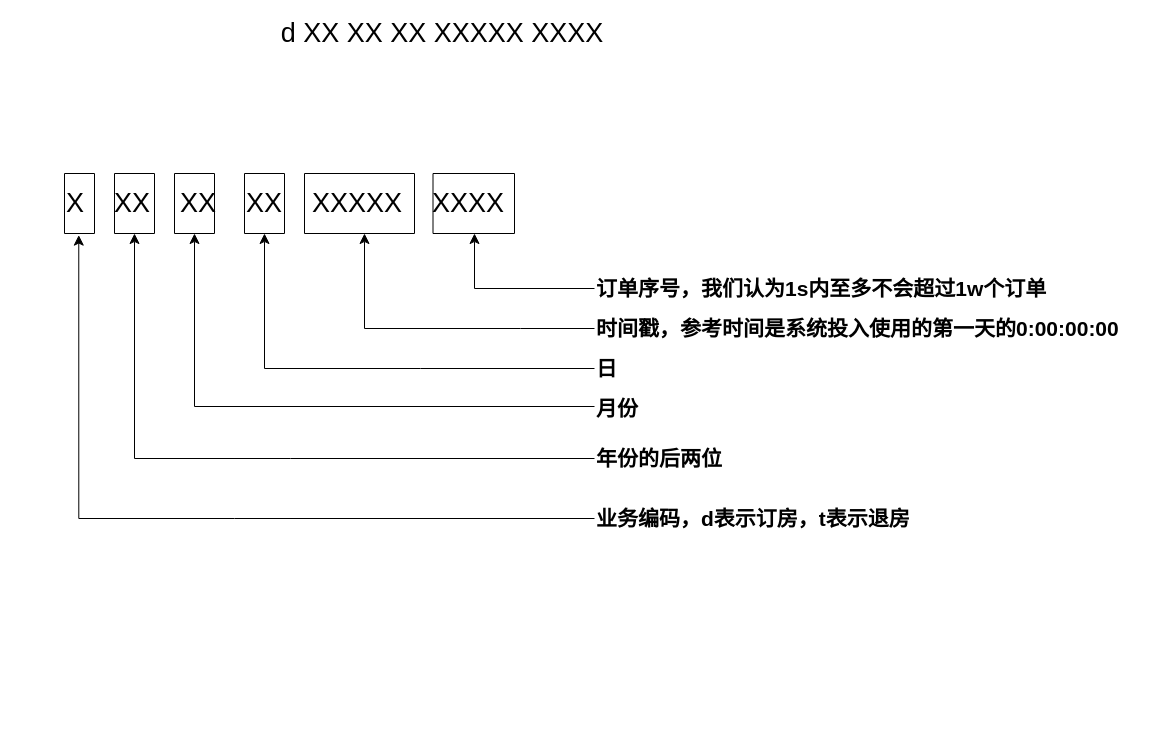
The draw.io diagram 订单号编码规则.drawio in 177-Liukuan/MyPicture, before the edit. Source tidied: cells renumbered, new cells numbered last; positions are measured from the earlier drawing's top-left corner, leaving out a move shared by most shapes. Both pictures are drawn from the tidied source at 100%, with x=0, y=0 at pixel (17, 18).
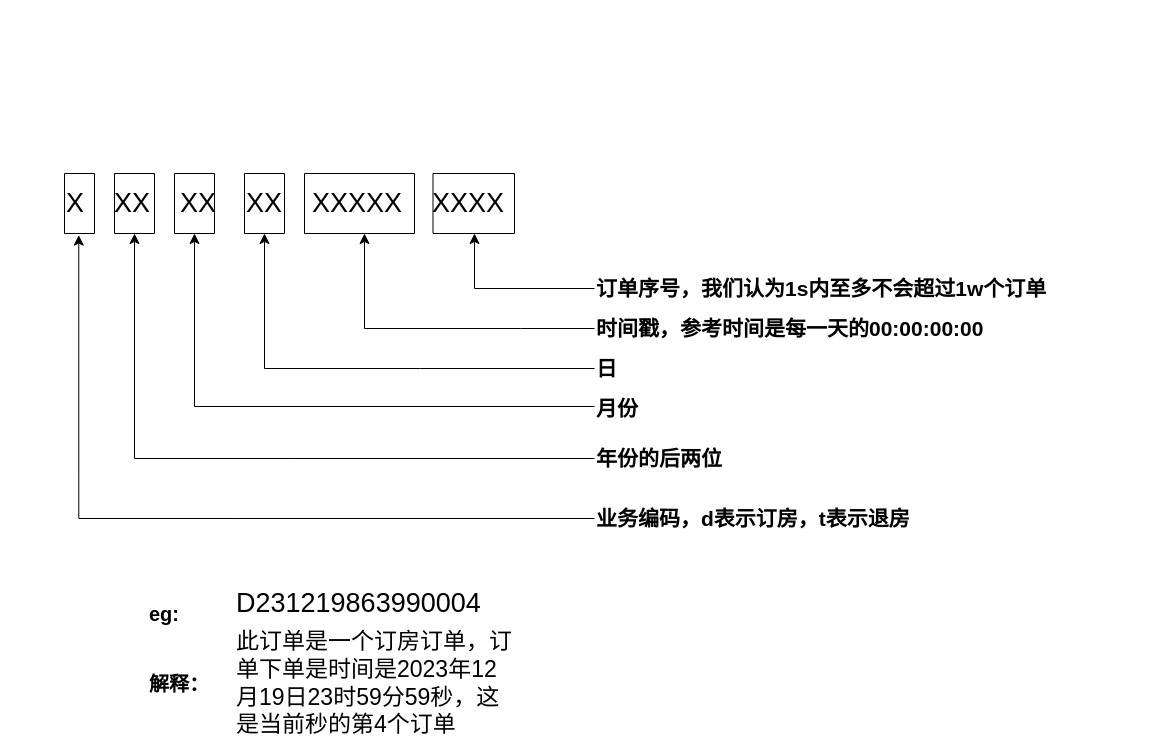
After the change.

Commit message (it also covers changes not shown here):
更新订单号编码规则.drawio

Diff of the diagram source:
```diff
@@
-    <mxCell id="9" value="d XX XX XX XXXXX XXXX" style="text;html=1;strokeColor=none;fillColor=none;align=center;verticalAlign=middle;whiteSpace=wrap;rounded=0;fontSize=27;" parent="1" vertex="1">
-      <mxGeometry x="157" width="536" height="30" as="geometry" />
-    </mxCell>
@@
-    <mxCell id="20" value="时间戳，参考时间是系统投入使用的第一天的0:00:00:00" style="text;html=1;strokeColor=none;fillColor=none;align=left;verticalAlign=middle;whiteSpace=wrap;rounded=0;fontSize=21;fontStyle=1;" parent="1" vertex="1">
+    <mxCell id="20" value="时间戳，参考时间是每一天的00:00:00:00" style="text;html=1;strokeColor=none;fillColor=none;align=left;verticalAlign=middle;whiteSpace=wrap;rounded=0;fontSize=21;fontStyle=1;" parent="1" vertex="1">
       <mxGeometry x="577" y="290" width="540" height="40" as="geometry" />
     </mxCell>
@@
+    <mxCell id="22" value="eg:" style="text;html=1;strokeColor=none;fillColor=none;align=center;verticalAlign=middle;whiteSpace=wrap;rounded=0;fontSize=20;fontStyle=1;" parent="1" vertex="1">
+      <mxGeometry x="117" y="580" width="60" height="30" as="geometry" />
+    </mxCell>
+    <mxCell id="23" value="D231219863990004" style="text;html=1;strokeColor=none;fillColor=none;align=left;verticalAlign=middle;whiteSpace=wrap;rounded=0;fontSize=27;" parent="1" vertex="1">
+      <mxGeometry x="217" y="570" width="536" height="30" as="geometry" />
+    </mxCell>
+    <mxCell id="24" value="此订单是一个订房订单，订单下单是时间是2023年12月19日23时59分59秒，这是当前秒的第4个订单" style="text;html=1;strokeColor=none;fillColor=none;align=left;verticalAlign=middle;whiteSpace=wrap;rounded=0;fontSize=23;" parent="1" vertex="1">
+      <mxGeometry x="217" y="650" width="280" height="30" as="geometry" />
+    </mxCell>
+    <mxCell id="25" value="解释：" style="text;html=1;strokeColor=none;fillColor=none;align=center;verticalAlign=middle;whiteSpace=wrap;rounded=0;fontSize=20;fontStyle=1;" parent="1" vertex="1">
+      <mxGeometry x="117" y="650" width="90" height="30" as="geometry" />
+    </mxCell>
```
